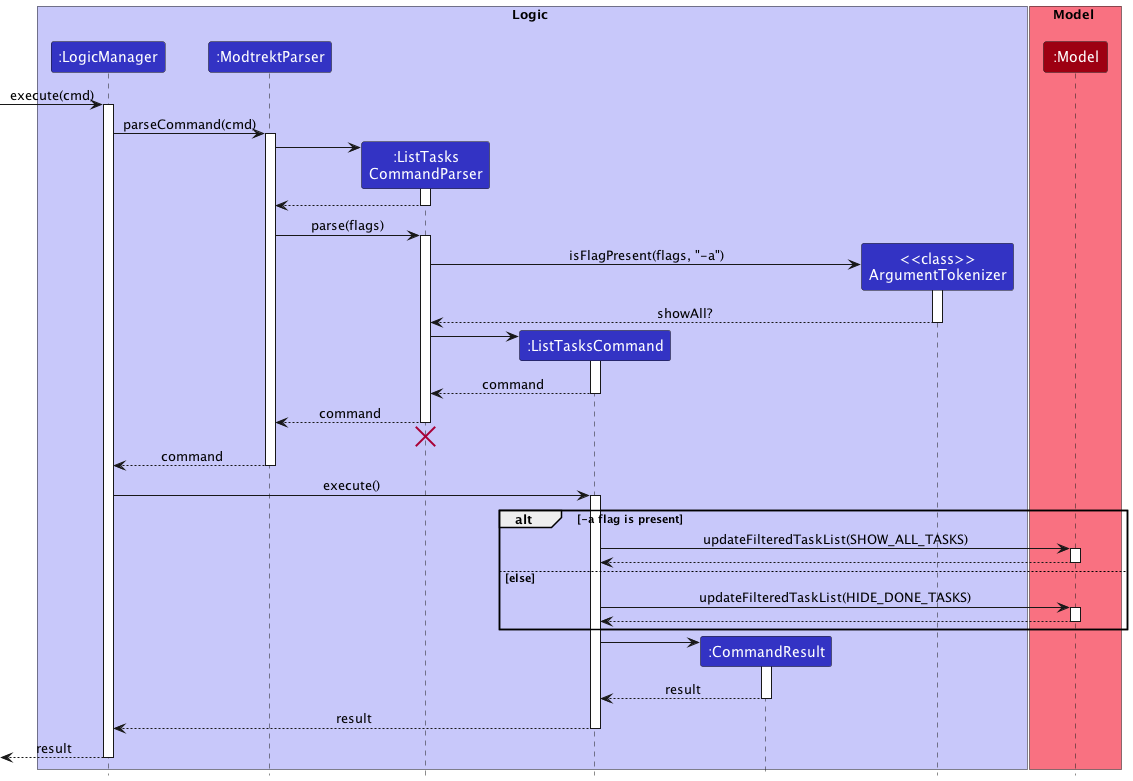
This is docs/images/tasks/ListingSequenceDiagram.png from nus-cs2103-AY2223S1/tp, a PlantUML export, as it was before one commit.
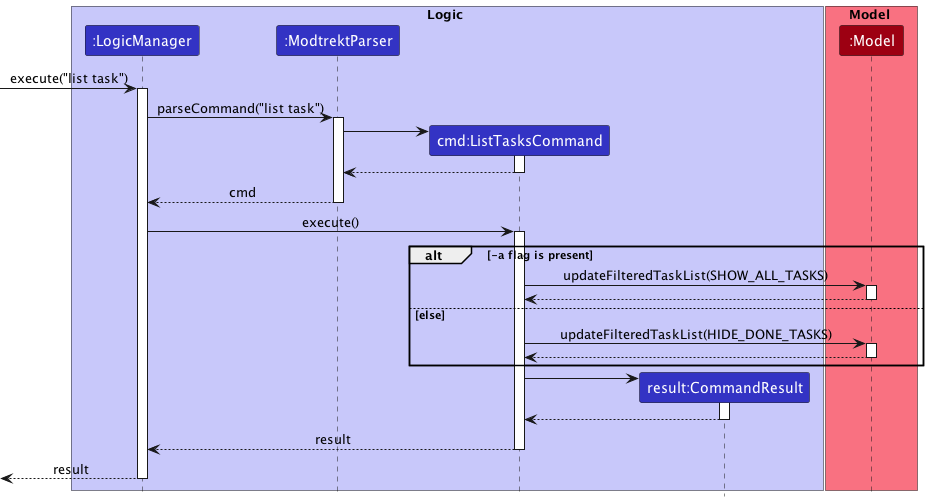
Above is the later version.

Commit message:
Update DG task listing section

The edit, as a diff of the source:
```diff
@@ -4,10 +4,8 @@
 box Logic LOGIC_COLOR_T1
 participant ":LogicManager" as LogicManager LOGIC_COLOR
 participant ":ModtrektParser" as ModtrektParser LOGIC_COLOR
-participant ":ListTasks\nCommandParser" as ListTasksCommandParser LOGIC_COLOR
-participant ":ListTasksCommand" as ListTasksCommand LOGIC_COLOR
-participant ":CommandResult" as CommandResult LOGIC_COLOR
-participant "<<class>>\nArgumentTokenizer" as ArgumentTokenizer LOGIC_COLOR
+participant "cmd:ListTasksCommand" as ListTasksCommand LOGIC_COLOR
+participant "result:CommandResult" as CommandResult LOGIC_COLOR
 
 end box
 
@@ -15,44 +13,23 @@
 participant ":Model" as Model MODEL_COLOR
 end box
 
-[-> LogicManager : execute(cmd)
+[-> LogicManager : execute("list task")
 activate LogicManager
 
-LogicManager -> ModtrektParser : parseCommand(cmd)
+LogicManager -> ModtrektParser : parseCommand("list task")
 activate ModtrektParser
 
-create ListTasksCommandParser
-ModtrektParser -> ListTasksCommandParser
-activate ListTasksCommandParser
-
-ListTasksCommandParser --> ModtrektParser
-deactivate ListTasksCommandParser
-
-ModtrektParser -> ListTasksCommandParser : parse(flags)
-activate ListTasksCommandParser
-
-create ArgumentTokenizer
-ListTasksCommandParser -> ArgumentTokenizer : isFlagPresent(flags, "-a")
-activate ArgumentTokenizer
-
-ArgumentTokenizer --> ListTasksCommandParser : showAll?
-deactivate ArgumentTokenizer
-
 create ListTasksCommand
-ListTasksCommandParser -> ListTasksCommand
+ModtrektParser -> ListTasksCommand
 activate ListTasksCommand
 
-ListTasksCommand --> ListTasksCommandParser : command
+
+
+ListTasksCommand --> ModtrektParser
 deactivate ListTasksCommand
 
-ListTasksCommandParser --> ModtrektParser : command
-deactivate ListTasksCommandParser
-ListTasksCommandParser -[hidden]-> ModtrektParser
-destroy ListTasksCommandParser
-
-ModtrektParser --> LogicManager : command
+ModtrektParser --> LogicManager : cmd
 deactivate ModtrektParser
-
 LogicManager -> ListTasksCommand : execute()
 activate ListTasksCommand
 
@@ -78,7 +55,7 @@
 ListTasksCommand -> CommandResult
 activate CommandResult
 
-CommandResult --> ListTasksCommand : result
+CommandResult --> ListTasksCommand
 deactivate CommandResult
 
 ListTasksCommand --> LogicManager : result
```
